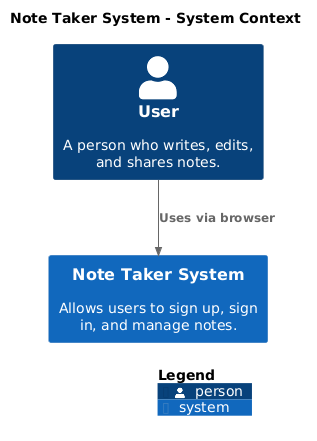
The PlantUML diagram master/png/SystemContext.png in vukhanhtruong/note-taker, before a commit.
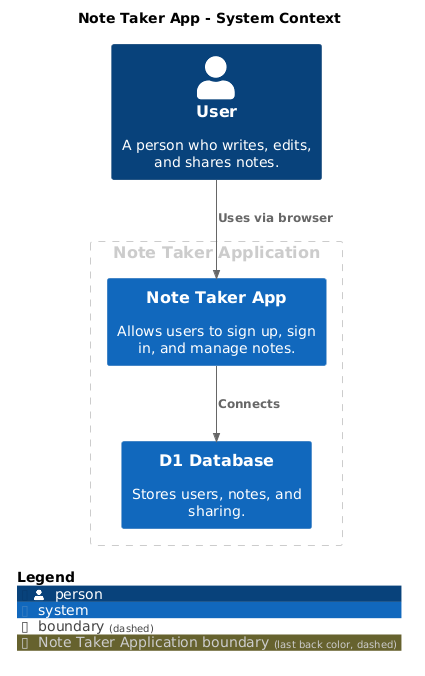
After the change.

Diff of the diagram source:
```diff
@@ -1,16 +1,22 @@
 @startuml
 set separator none
-title Note Taker System - System Context
+title Note Taker App - System Context
 
 top to bottom direction
 
 !include <C4/C4>
 !include <C4/C4_Context>
 
+AddBoundaryTag("Note Taker Application", $borderColor="#cccccc", $fontColor="#cccccc", $borderStyle="dashed")
+Boundary(group_1, "Note Taker Application", $tags="Note Taker Application") {
+  System(D1Database, "D1 Database", $descr="Stores users, notes, and sharing.", $tags="", $link="")
+  System(NoteTakerApp, "Note Taker App", $descr="Allows users to sign up, sign in, and manage notes.", $tags="", $link="")
+}
+
 Person(User, "User", $descr="A person who writes, edits, and shares notes.", $tags="", $link="")
-System(NoteTakerSystem, "Note Taker System", $descr="Allows users to sign up, sign in, and manage notes.", $tags="", $link="")
 
-Rel(User, NoteTakerSystem, "Uses via browser", $techn="", $tags="", $link="")
+Rel(User, NoteTakerApp, "Uses via browser", $techn="", $tags="", $link="")
+Rel(NoteTakerApp, D1Database, "Connects", $techn="", $tags="", $link="")
 
 SHOW_LEGEND(true)
 @enduml
```
